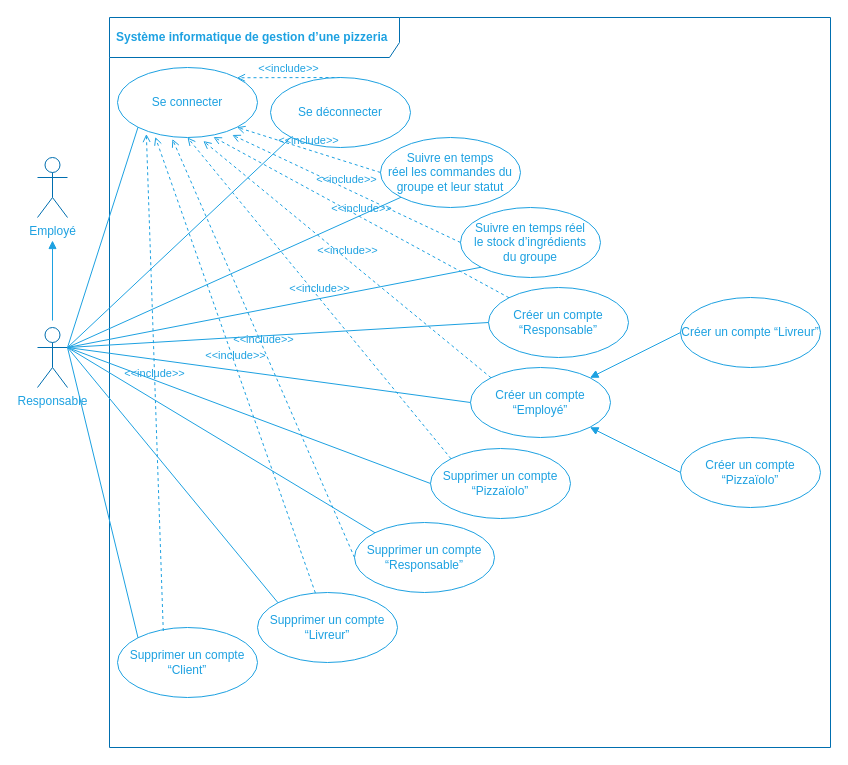
Before: img/figure_use-case-diagram-manager.dio in centvingt/OCPizzaRedaction, a draw.io diagram. Source tidied: cells renumbered, new cells numbered last; positions are measured from the earlier drawing's top-left corner, leaving out a move shared by most shapes. Both pictures are drawn from the tidied source at 100%, with x=0, y=0 at pixel (37, 17).
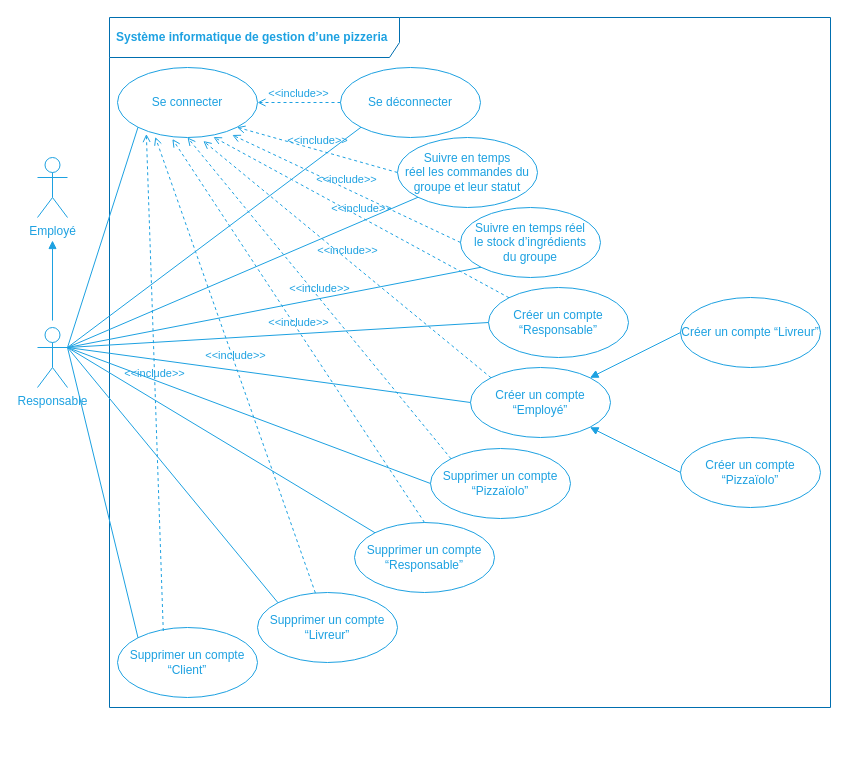
After the change.

Unchanged cells that the change refers to:
```xml
<mxCell id="22" value="&lt;font color=&quot;#1da1e1&quot;&gt;Supprimer un compte “Responsable”&lt;/font&gt;" style="ellipse;whiteSpace=wrap;html=1;fillColor=none;strokeColor=#1DA1E1;" parent="1" vertex="1">
  <mxGeometry x="317" y="505" width="140" height="70" as="geometry" />
</mxCell>
<mxCell id="28" value="&lt;font color=&quot;#1da1e1&quot;&gt;Se connecter&lt;/font&gt;" style="ellipse;whiteSpace=wrap;html=1;fillColor=none;strokeColor=#1DA1E1;" parent="1" vertex="1">
  <mxGeometry x="80" y="50" width="140" height="70" as="geometry" />
</mxCell>
```

What changed in the source:
```diff
@@
     <mxCell id="2" value="&lt;font color=&quot;#1da1e1&quot;&gt;Système informatique de gestion d’une pizzeria&lt;/font&gt;" style="shape=umlFrame;whiteSpace=wrap;html=1;width=290;height=40;boundedLbl=1;verticalAlign=middle;align=left;spacingLeft=5;strokeColor=#006EAF;fontColor=#ffffff;fillColor=none;fontStyle=1;" parent="1" vertex="1">
-      <mxGeometry x="72" width="721" height="730" as="geometry" />
+      <mxGeometry x="72" width="721" height="690" as="geometry" />
     </mxCell>
@@
-    <mxCell id="6" value="&lt;font color=&quot;#1da1e1&quot;&gt;Responsable&lt;br&gt;&lt;/font&gt;" style="shape=umlActor;verticalLabelPosition=bottom;verticalAlign=top;html=1;strokeColor=#006EAF;fontColor=#ffffff;fillColor=none;" parent="1" vertex="1">
+    <mxCell id="6" value="&lt;font color=&quot;#1da1e1&quot;&gt;Responsable&lt;br&gt;&lt;/font&gt;" style="shape=umlActor;verticalLabelPosition=bottom;verticalAlign=top;html=1;fontColor=#ffffff;fillColor=none;strokeColor=#1DA1E1;" parent="1" vertex="1">
       <mxGeometry y="310" width="30" height="60" as="geometry" />
     </mxCell>
     <mxCell id="7" value="&lt;font color=&quot;#1da1e1&quot;&gt;Suivre en temps &lt;br&gt;réel les commandes du groupe&amp;nbsp;et leur statut&lt;/font&gt;" style="ellipse;whiteSpace=wrap;html=1;fillColor=none;strokeColor=#1DA1E1;" parent="1" vertex="1">
-      <mxGeometry x="343" y="120" width="140" height="70" as="geometry" />
+      <mxGeometry x="360" y="120" width="140" height="70" as="geometry" />
     </mxCell>
@@
-    <mxCell id="23" value="&lt;font color=&quot;#1da1e1&quot;&gt;Employé&lt;br&gt;&lt;/font&gt;" style="shape=umlActor;verticalLabelPosition=bottom;verticalAlign=top;html=1;strokeColor=#006EAF;fontColor=#ffffff;fillColor=none;" parent="1" vertex="1">
+    <mxCell id="23" value="&lt;font color=&quot;#1da1e1&quot;&gt;Employé&lt;br&gt;&lt;/font&gt;" style="shape=umlActor;verticalLabelPosition=bottom;verticalAlign=top;html=1;fontColor=#ffffff;fillColor=none;strokeColor=#1DA1E1;" parent="1" vertex="1">
       <mxGeometry y="140" width="30" height="60" as="geometry" />
     </mxCell>
@@
     <mxCell id="30" value="&lt;font color=&quot;#1da1e1&quot;&gt;Se déconnecter&lt;/font&gt;" style="ellipse;whiteSpace=wrap;html=1;fillColor=none;strokeColor=#1DA1E1;" parent="1" vertex="1">
-      <mxGeometry x="233" y="60" width="140" height="70" as="geometry" />
+      <mxGeometry x="303" y="50" width="140" height="70" as="geometry" />
     </mxCell>
-    <mxCell id="31" value="&lt;font color=&quot;#1da1e1&quot;&gt;&amp;lt;&amp;lt;include&amp;gt;&amp;gt;&lt;/font&gt;" style="html=1;verticalAlign=bottom;labelBackgroundColor=none;endArrow=open;endFill=0;dashed=1;strokeColor=#1DA1E1;entryX=1;entryY=0;entryDx=0;entryDy=0;exitX=0.5;exitY=0;exitDx=0;exitDy=0;" parent="1" edge="1" source="30" target="28">
+    <mxCell id="31" value="&lt;font color=&quot;#1da1e1&quot;&gt;&amp;lt;&amp;lt;include&amp;gt;&amp;gt;&lt;/font&gt;" style="html=1;verticalAlign=bottom;labelBackgroundColor=none;endArrow=open;endFill=0;dashed=1;strokeColor=#1DA1E1;entryX=1;entryY=0.5;entryDx=0;entryDy=0;exitX=0;exitY=0.5;exitDx=0;exitDy=0;" parent="1" edge="1" source="30" target="28">
       <mxGeometry relative="1" as="geometry" />
     </mxCell>
@@
-    <mxCell id="37" value="&lt;font color=&quot;#1da1e1&quot;&gt;&amp;lt;&amp;lt;include&amp;gt;&amp;gt;&lt;/font&gt;" style="html=1;verticalAlign=bottom;labelBackgroundColor=none;endArrow=open;endFill=0;dashed=1;strokeColor=#1DA1E1;entryX=0.392;entryY=1.021;entryDx=0;entryDy=0;exitX=0;exitY=0.5;exitDx=0;exitDy=0;entryPerimeter=0;" parent="1" edge="1" source="22" target="28">
+    <mxCell id="37" value="&lt;font color=&quot;#1da1e1&quot;&gt;&amp;lt;&amp;lt;include&amp;gt;&amp;gt;&lt;/font&gt;" style="html=1;verticalAlign=bottom;labelBackgroundColor=none;endArrow=open;endFill=0;dashed=1;strokeColor=#1DA1E1;entryX=0.392;entryY=1.021;entryDx=0;entryDy=0;exitX=0.5;exitY=0;exitDx=0;exitDy=0;entryPerimeter=0;" parent="1" edge="1" source="22" target="28">
       <mxGeometry relative="1" as="geometry" />
     </mxCell>
```
